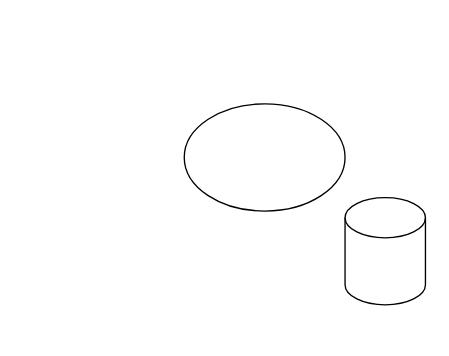
Before: testfolder/Untitled Diagram.drawio in cheeyang/drawio-diagrams, a draw.io diagram. Source tidied: cells renumbered, new cells numbered last; positions are measured from the earlier drawing's top-left corner, leaving out a move shared by most shapes. Both pictures are drawn from the tidied source at 134%, with x=0, y=0 at pixel (184, 103).
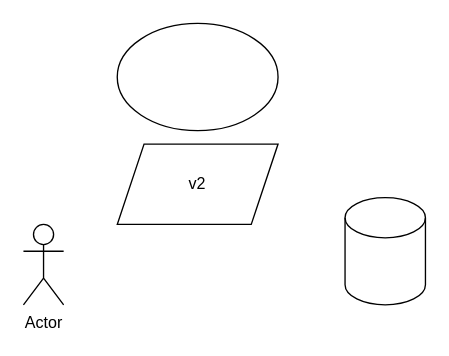
The same diagram, later.

Diff of the diagram source:
```diff
@@
 <mxGraphModel>
   <root>
     <mxCell id="0" />
     <mxCell id="1" parent="0" />
     <mxCell id="2" style="shape=cylinder3;whiteSpace=wrap;html=1;boundedLbl=1;backgroundOutline=1;size=15;" parent="1" vertex="1">
       <mxGeometry x="120" y="70" width="60" height="80" as="geometry" />
     </mxCell>
     <mxCell id="3" style="ellipse;whiteSpace=wrap;html=1;" parent="1" vertex="1">
-      <mxGeometry width="120" height="80" as="geometry" />
+      <mxGeometry x="-50" y="-60" width="120" height="80" as="geometry" />
     </mxCell>
+    <mxCell id="4" value="Actor" style="shape=umlActor;verticalLabelPosition=bottom;verticalAlign=top;html=1;" parent="1" vertex="1">
+      <mxGeometry x="-120" y="90" width="30" height="60" as="geometry" />
+    </mxCell>
+    <mxCell id="5" value="v2" style="shape=parallelogram;perimeter=parallelogramPerimeter;whiteSpace=wrap;html=1;fixedSize=1;" parent="1" vertex="1">
+      <mxGeometry x="-50" y="30" width="120" height="60" as="geometry" />
+    </mxCell>
   </root>
 </mxGraphModel>
```
